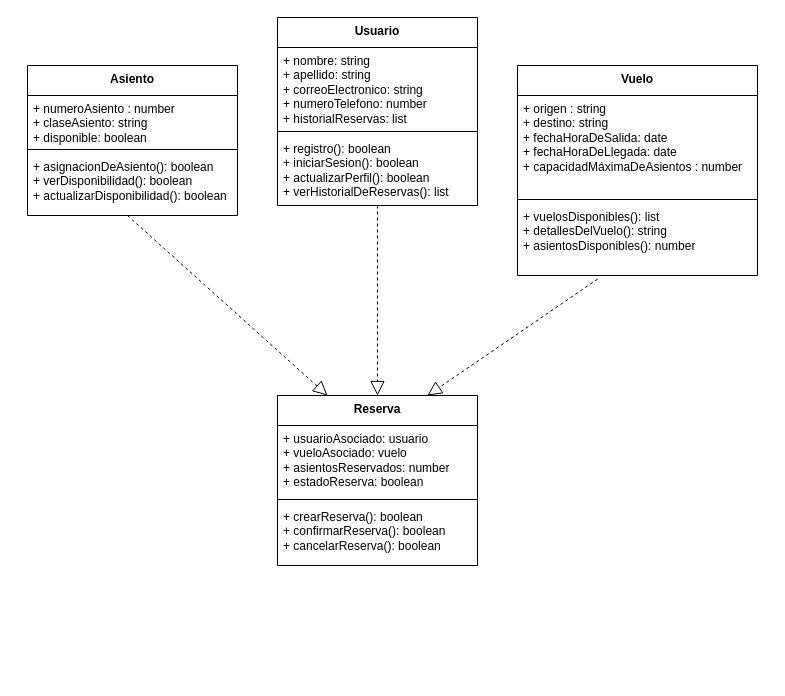
Earlier version of the draw.io diagram page "Diragrama de clases" (1 of 2) of Untitled Diagram.drawio (mfigueroa23/mfigueroa23). Source tidied: cells renumbered, new cells numbered last; positions are measured from the earlier drawing's top-left corner, leaving out a move shared by most shapes. Both pictures are drawn from the tidied source at 100%, with x=0, y=0 at pixel (27, 17).
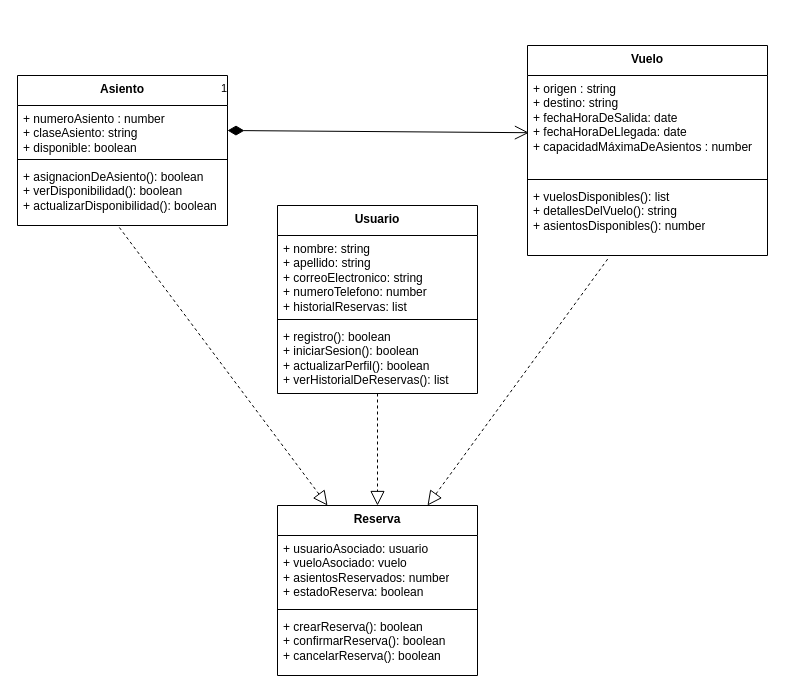
The same diagram, later.

The change refers to these unchanged cells:
```xml
<mxCell id="7" value="&lt;div&gt;+ numeroAsiento : number&lt;br&gt;&lt;/div&gt;&lt;div&gt;+ claseAsiento: string&lt;br&gt;&lt;/div&gt;&lt;div&gt;+ disponible: boolean&lt;br&gt;&lt;/div&gt;" style="text;strokeColor=none;fillColor=none;align=left;verticalAlign=top;spacingLeft=4;spacingRight=4;overflow=hidden;points=[[0,0.5],[1,0.5]];portConstraint=eastwest;whiteSpace=wrap;html=1;" parent="6" vertex="1">
  <mxGeometry y="30" width="210" height="50" as="geometry" />
</mxCell>
<mxCell id="9" value="&lt;div&gt;+ asignacionDeAsiento(): boolean&lt;br&gt;&lt;/div&gt;&lt;div&gt;+ verDisponibilidad(): boolean&lt;/div&gt;&lt;div&gt;+ actualizarDisponibilidad(): boolean&lt;/div&gt;" style="text;strokeColor=none;fillColor=none;align=left;verticalAlign=top;spacingLeft=4;spacingRight=4;overflow=hidden;points=[[0,0.5],[1,0.5]];portConstraint=eastwest;whiteSpace=wrap;html=1;" parent="6" vertex="1">
  <mxGeometry y="88" width="210" height="62" as="geometry" />
</mxCell>
<mxCell id="11" value="+ origen : string&lt;div&gt;+ destino: string&lt;/div&gt;&lt;div&gt;+ fechaHoraDeSalida: date&lt;/div&gt;&lt;div&gt;+ fechaHoraDeLlegada: date&lt;/div&gt;&lt;div&gt;+ capacidadMáximaDeAsientos : number&lt;/div&gt;" style="text;strokeColor=none;fillColor=none;align=left;verticalAlign=top;spacingLeft=4;spacingRight=4;overflow=hidden;points=[[0,0.5],[1,0.5]];portConstraint=eastwest;whiteSpace=wrap;html=1;" parent="10" vertex="1">
  <mxGeometry y="30" width="240" height="100" as="geometry" />
</mxCell>
```

Diff of the diagram source:
```diff
@@
     <mxCell id="2" value="Usuario" style="swimlane;fontStyle=1;align=center;verticalAlign=top;horizontal=1;startSize=30;whiteSpace=wrap;html=1;" parent="1" vertex="1">
-      <mxGeometry x="250" width="200" height="188" as="geometry" />
+      <mxGeometry x="250" y="188" width="200" height="188" as="geometry" />
     </mxCell>
@@
     <mxCell id="6" value="Asiento" style="swimlane;fontStyle=1;align=center;verticalAlign=top;horizontal=1;startSize=30;whiteSpace=wrap;html=1;" parent="1" vertex="1">
-      <mxGeometry y="48" width="210" height="150" as="geometry" />
+      <mxGeometry x="-10" y="58" width="210" height="150" as="geometry" />
     </mxCell>
@@
     <mxCell id="10" value="Vuelo" style="swimlane;fontStyle=1;align=center;verticalAlign=top;horizontal=1;startSize=30;whiteSpace=wrap;html=1;" parent="1" vertex="1">
-      <mxGeometry x="490" y="48" width="240" height="210" as="geometry" />
+      <mxGeometry x="500" y="28" width="240" height="210" as="geometry" />
     </mxCell>
@@
     <mxCell id="14" value="Reserva" style="swimlane;fontStyle=1;align=center;verticalAlign=top;horizontal=1;startSize=30;whiteSpace=wrap;html=1;" parent="1" vertex="1">
-      <mxGeometry x="250" y="378" width="200" height="170" as="geometry" />
+      <mxGeometry x="250" y="488" width="200" height="170" as="geometry" />
     </mxCell>
@@
-    <mxCell id="19" style="endArrow=block;dashed=1;endFill=0;endSize=12;html=1;rounded=0;exitX=0.5;exitY=1;exitDx=0;exitDy=0;entryX=0.25;entryY=0;entryDx=0;entryDy=0;" parent="1" edge="1" target="14">
-      <mxGeometry relative="1" as="geometry">
-        <mxPoint x="100" y="198" as="sourcePoint" />
-      </mxGeometry>
+    <mxCell id="19" style="endArrow=block;dashed=1;endFill=0;endSize=12;html=1;rounded=0;exitX=0.485;exitY=1.032;exitDx=0;exitDy=0;entryX=0.25;entryY=0;entryDx=0;entryDy=0;exitPerimeter=0;" parent="1" edge="1" source="9" target="14">
+      <mxGeometry relative="1" as="geometry" />
     </mxCell>
@@
+    <mxCell id="21" value="1" style="endArrow=open;html=1;endSize=12;startArrow=diamondThin;startSize=14;startFill=1;align=left;verticalAlign=bottom;rounded=0;entryX=0.006;entryY=0.572;entryDx=0;entryDy=0;entryPerimeter=0;exitX=1;exitY=0.5;exitDx=0;exitDy=0;" parent="1" edge="1" source="7" target="11">
+      <mxGeometry x="-1" y="18" relative="1" as="geometry">
+        <mxPoint x="-8" y="-15" as="offset" />
+      </mxGeometry>
+    </mxCell>
```
